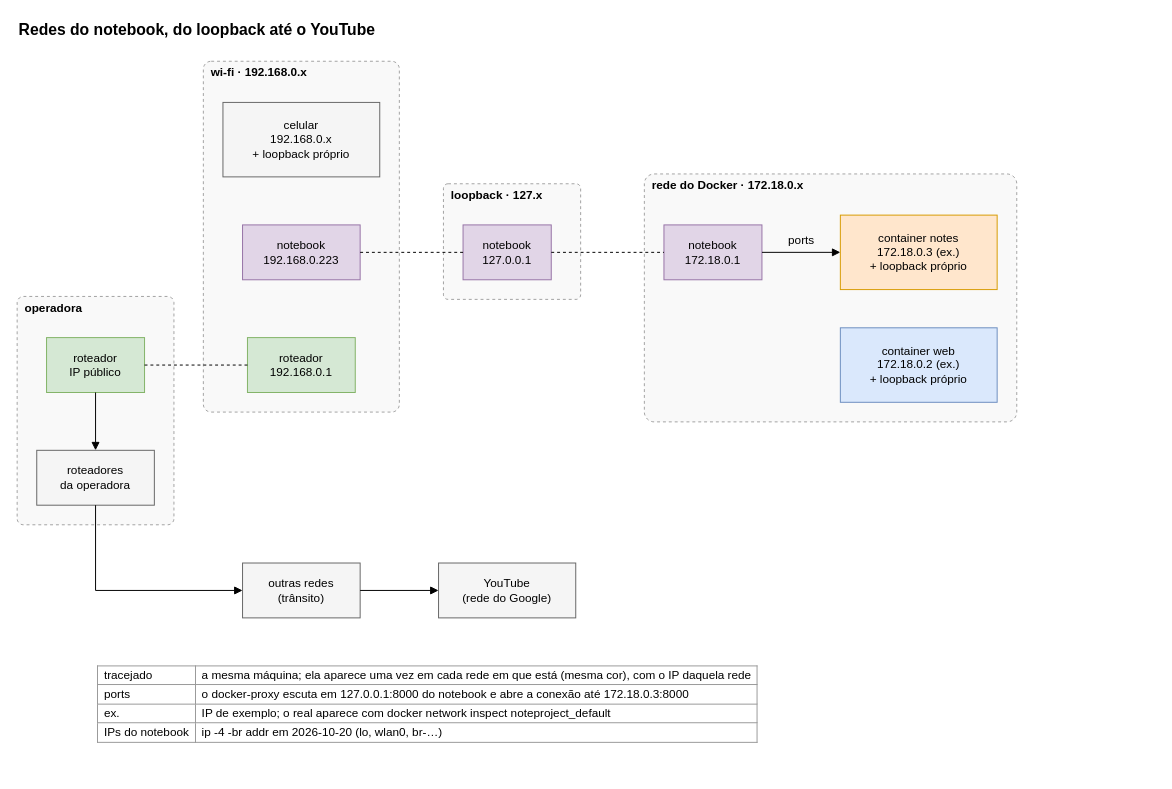
Earlier version of the draw.io diagram ai/kb/diagramas/redes-do-notebook.drawio (LuccaRh/NoteProject). Source tidied: cells renumbered, new cells numbered last; positions are measured from the earlier drawing's top-left corner, leaving out a move shared by most shapes. Both pictures are drawn from the tidied source at 98%, with x=0, y=0 at pixel (17, 17).
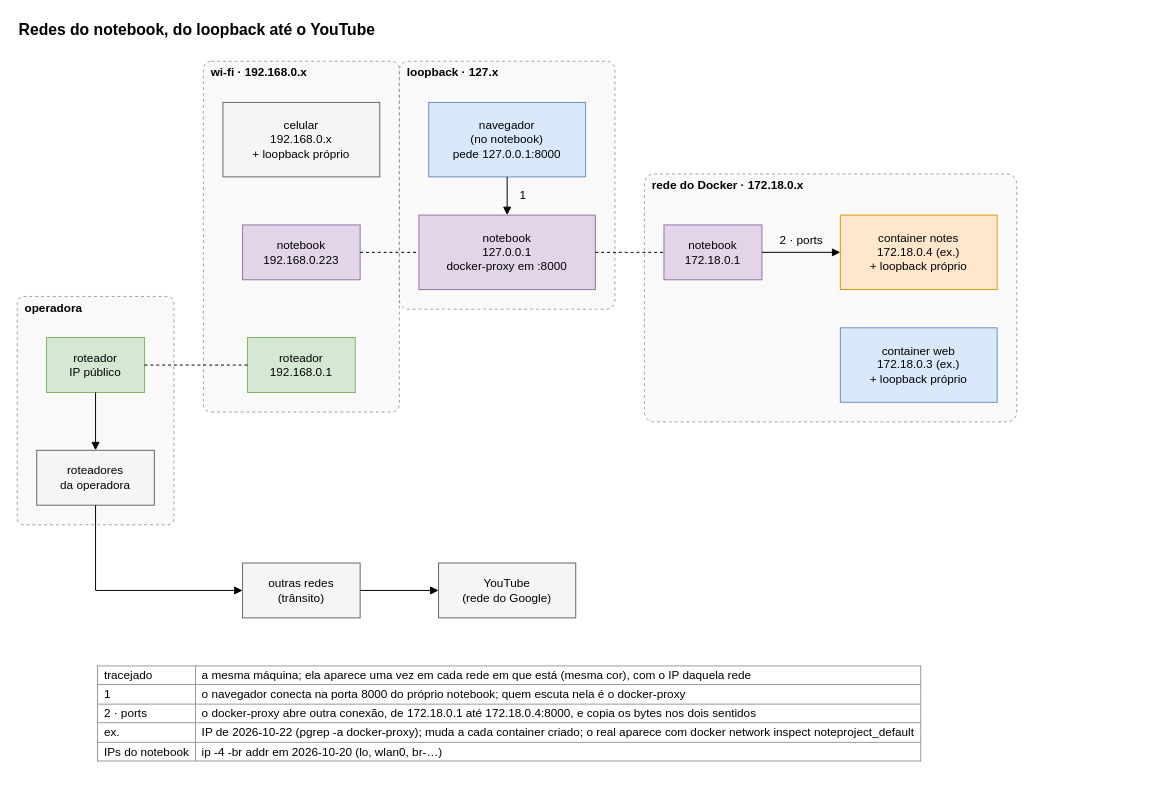
The same page after the edit.

Diff of the diagram source:
```diff
@@
+    <mxCell id="6" style="rounded=1;arcSize=4;dashed=1;html=1;fontSize=12;fillColor=#f5f5f5;strokeColor=#666666;opacity=60;" parent="1" vertex="1">
+      <mxGeometry x="390" y="45" width="220" height="253" as="geometry" />
+    </mxCell>
@@
-    <mxCell id="6" style="rounded=1;arcSize=4;dashed=1;html=1;fontSize=12;fillColor=#f5f5f5;strokeColor=#666666;opacity=60;" parent="1" vertex="1">
-      <mxGeometry x="435" y="170" width="140" height="118" as="geometry" />
-    </mxCell>
@@
+    <mxCell id="31" value="navegador&lt;br&gt;(no notebook)&lt;br&gt;pede 127.0.0.1:8000" style="html=1;whiteSpace=wrap;fontSize=12;rounded=0;fillColor=#dae8fc;strokeColor=#6c8ebf;" parent="1" vertex="1">
+      <mxGeometry x="420" y="87" width="160" height="76" as="geometry" />
+    </mxCell>
-    <mxCell id="12" value="notebook&lt;br&gt;127.0.0.1" style="html=1;whiteSpace=wrap;fontSize=12;rounded=0;fillColor=#e1d5e7;strokeColor=#9673a6;" parent="1" vertex="1">
-      <mxGeometry x="455" y="212" width="90" height="56" as="geometry" />
+    <mxCell id="12" value="notebook&lt;br&gt;127.0.0.1&lt;br&gt;docker-proxy em :8000" style="html=1;whiteSpace=wrap;fontSize=12;rounded=0;fillColor=#e1d5e7;strokeColor=#9673a6;" parent="1" vertex="1">
+      <mxGeometry x="410" y="202" width="180" height="76" as="geometry" />
     </mxCell>
@@
-    <mxCell id="14" value="container notes&lt;br&gt;172.18.0.3 (ex.)&lt;br&gt;+ loopback próprio" style="html=1;whiteSpace=wrap;fontSize=12;rounded=0;fillColor=#ffe6cc;strokeColor=#d79b00;" parent="1" vertex="1">
+    <mxCell id="14" value="container notes&lt;br&gt;172.18.0.4 (ex.)&lt;br&gt;+ loopback próprio" style="html=1;whiteSpace=wrap;fontSize=12;rounded=0;fillColor=#ffe6cc;strokeColor=#d79b00;" parent="1" vertex="1">
       <mxGeometry x="840" y="202" width="160" height="76" as="geometry" />
     </mxCell>
-    <mxCell id="15" value="container web&lt;br&gt;172.18.0.2 (ex.)&lt;br&gt;+ loopback próprio" style="html=1;whiteSpace=wrap;fontSize=12;rounded=0;fillColor=#dae8fc;strokeColor=#6c8ebf;" parent="1" vertex="1">
+    <mxCell id="15" value="container web&lt;br&gt;172.18.0.3 (ex.)&lt;br&gt;+ loopback próprio" style="html=1;whiteSpace=wrap;fontSize=12;rounded=0;fillColor=#dae8fc;strokeColor=#6c8ebf;" parent="1" vertex="1">
       <mxGeometry x="840" y="317" width="160" height="76" as="geometry" />
     </mxCell>
@@
     <mxCell id="18" style="html=1;rounded=0;endArrow=none;startArrow=none;dashed=1;" parent="1" edge="1">
       <mxGeometry relative="1" as="geometry">
         <mxPoint x="350" y="240" as="sourcePoint" />
-        <mxPoint x="455" y="240" as="targetPoint" />
+        <mxPoint x="410" y="240" as="targetPoint" />
       </mxGeometry>
     </mxCell>
     <mxCell id="19" style="html=1;rounded=0;endArrow=none;startArrow=none;dashed=1;" parent="1" edge="1">
       <mxGeometry relative="1" as="geometry">
-        <mxPoint x="545" y="240" as="sourcePoint" />
+        <mxPoint x="590" y="240" as="sourcePoint" />
         <mxPoint x="660" y="240" as="targetPoint" />
       </mxGeometry>
     </mxCell>
@@
     <mxCell id="21" style="html=1;rounded=0;endArrow=block;endFill=1;startArrow=none;" parent="1" edge="1">
       <mxGeometry relative="1" as="geometry">
-        <mxPoint x="760" y="240" as="sourcePoint" />
-        <mxPoint x="840" y="240" as="targetPoint" />
+        <mxPoint x="500" y="163" as="sourcePoint" />
+        <mxPoint x="500" y="202" as="targetPoint" />
       </mxGeometry>
     </mxCell>
     <mxCell id="22" style="html=1;rounded=0;endArrow=block;endFill=1;startArrow=none;" parent="1" edge="1">
       <mxGeometry relative="1" as="geometry">
-        <mxPoint x="80" y="383" as="sourcePoint" />
-        <mxPoint x="80" y="442" as="targetPoint" />
+        <mxPoint x="760" y="240" as="sourcePoint" />
+        <mxPoint x="840" y="240" as="targetPoint" />
       </mxGeometry>
     </mxCell>
     <mxCell id="23" style="html=1;rounded=0;endArrow=block;endFill=1;startArrow=none;" parent="1" edge="1">
       <mxGeometry relative="1" as="geometry">
-        <mxPoint x="80" y="498" as="sourcePoint" />
-        <mxPoint x="230" y="585" as="targetPoint" />
-        <Array as="points">
-          <mxPoint x="80" y="585" />
-        </Array>
+        <mxPoint x="80" y="383" as="sourcePoint" />
+        <mxPoint x="80" y="442" as="targetPoint" />
       </mxGeometry>
     </mxCell>
     <mxCell id="24" style="html=1;rounded=0;endArrow=block;endFill=1;startArrow=none;" parent="1" edge="1">
       <mxGeometry relative="1" as="geometry">
-        <mxPoint x="350" y="585" as="sourcePoint" />
-        <mxPoint x="430" y="585" as="targetPoint" />
+        <mxPoint x="80" y="498" as="sourcePoint" />
+        <mxPoint x="230" y="585" as="targetPoint" />
+        <Array as="points">
+          <mxPoint x="80" y="585" />
+        </Array>
       </mxGeometry>
     </mxCell>
+    <mxCell id="32" style="html=1;rounded=0;endArrow=block;endFill=1;startArrow=none;" parent="1" edge="1">
+      <mxGeometry relative="1" as="geometry">
+        <mxPoint x="350" y="585" as="sourcePoint" />
+        <mxPoint x="430" y="585" as="targetPoint" />
+      </mxGeometry>
+    </mxCell>
@@
     <mxCell id="27" value="&lt;b&gt;loopback · 127.x&lt;/b&gt;" style="text;html=1;align=left;verticalAlign=middle;fontSize=12;" parent="1" vertex="1">
-      <mxGeometry x="441" y="173" width="128" height="18" as="geometry" />
+      <mxGeometry x="396" y="48" width="128" height="18" as="geometry" />
     </mxCell>
@@
-    <mxCell id="29" value="ports" style="text;html=1;align=center;verticalAlign=middle;fontSize=12;" parent="1" vertex="1">
-      <mxGeometry x="774" y="219" width="51" height="18" as="geometry" />
+    <mxCell id="29" value="1" style="text;html=1;align=center;verticalAlign=middle;fontSize=12;" parent="1" vertex="1">
+      <mxGeometry x="504" y="173" width="23" height="18" as="geometry" />
     </mxCell>
+    <mxCell id="33" value="2 · ports" style="text;html=1;align=center;verticalAlign=middle;fontSize=12;" parent="1" vertex="1">
+      <mxGeometry x="760" y="219" width="79" height="18" as="geometry" />
+    </mxCell>
-    <mxCell id="30" value="&lt;table style=&quot;border-collapse:collapse;font-size:12px&quot;&gt;&lt;tr&gt;&lt;td style=&quot;border:1px solid #999;padding:2px 6px;text-align:left&quot;&gt;tracejado&lt;/td&gt;&lt;td style=&quot;border:1px solid #999;padding:2px 6px;text-align:left&quot;&gt;a mesma máquina; ela aparece uma vez em cada rede em que está (mesma cor), com o IP daquela rede&lt;/td&gt;&lt;/tr&gt;&lt;tr&gt;&lt;td style=&quot;border:1px solid #999;padding:2px 6px;text-align:left&quot;&gt;ports&lt;/td&gt;&lt;td style=&quot;border:1px solid #999;padding:2px 6px;text-align:left&quot;&gt;o docker-proxy escuta em 127.0.0.1:8000 do notebook e abre a conexão até 172.18.0.3:8000&lt;/td&gt;&lt;/tr&gt;&lt;tr&gt;&lt;td style=&quot;border:1px solid #999;padding:2px 6px;text-align:left&quot;&gt;ex.&lt;/td&gt;&lt;td style=&quot;border:1px solid #999;padding:2px 6px;text-align:left&quot;&gt;IP de exemplo; o real aparece com docker network inspect noteproject_default&lt;/td&gt;&lt;/tr&gt;&lt;tr&gt;&lt;td style=&quot;border:1px solid #999;padding:2px 6px;text-align:left&quot;&gt;IPs do notebook&lt;/td&gt;&lt;td style=&quot;border:1px solid #999;padding:2px 6px;text-align:left&quot;&gt;ip -4 -br addr em 2026-10-20 (lo, wlan0, br-…)&lt;/td&gt;&lt;/tr&gt;&lt;/table&gt;" style="text;html=1;align=left;verticalAlign=top;whiteSpace=wrap;fontSize=12;" parent="1" vertex="1">
-      <mxGeometry x="80" y="655" width="829" height="94" as="geometry" />
+    <mxCell id="30" value="&lt;table style=&quot;border-collapse:collapse;font-size:12px&quot;&gt;&lt;tr&gt;&lt;td style=&quot;border:1px solid #999;padding:2px 6px;text-align:left&quot;&gt;tracejado&lt;/td&gt;&lt;td style=&quot;border:1px solid #999;padding:2px 6px;text-align:left&quot;&gt;a mesma máquina; ela aparece uma vez em cada rede em que está (mesma cor), com o IP daquela rede&lt;/td&gt;&lt;/tr&gt;&lt;tr&gt;&lt;td style=&quot;border:1px solid #999;padding:2px 6px;text-align:left&quot;&gt;1&lt;/td&gt;&lt;td style=&quot;border:1px solid #999;padding:2px 6px;text-align:left&quot;&gt;o navegador conecta na porta 8000 do próprio notebook; quem escuta nela é o docker-proxy&lt;/td&gt;&lt;/tr&gt;&lt;tr&gt;&lt;td style=&quot;border:1px solid #999;padding:2px 6px;text-align:left&quot;&gt;2 · ports&lt;/td&gt;&lt;td style=&quot;border:1px solid #999;padding:2px 6px;text-align:left&quot;&gt;o docker-proxy abre outra conexão, de 172.18.0.1 até 172.18.0.4:8000, e copia os bytes nos dois sentidos&lt;/td&gt;&lt;/tr&gt;&lt;tr&gt;&lt;td style=&quot;border:1px solid #999;padding:2px 6px;text-align:left&quot;&gt;ex.&lt;/td&gt;&lt;td style=&quot;border:1px solid #999;padding:2px 6px;text-align:left&quot;&gt;IP de 2026-10-22 (pgrep -a docker-proxy); muda a cada container criado; o real aparece com docker network inspect noteproject_default&lt;/td&gt;&lt;/tr&gt;&lt;tr&gt;&lt;td style=&quot;border:1px solid #999;padding:2px 6px;text-align:left&quot;&gt;IPs do notebook&lt;/td&gt;&lt;td style=&quot;border:1px solid #999;padding:2px 6px;text-align:left&quot;&gt;ip -4 -br addr em 2026-10-20 (lo, wlan0, br-…)&lt;/td&gt;&lt;/tr&gt;&lt;/table&gt;" style="text;html=1;align=left;verticalAlign=top;whiteSpace=wrap;fontSize=12;" parent="1" vertex="1">
+      <mxGeometry x="80" y="655" width="1081" height="116" as="geometry" />
     </mxCell>
```
